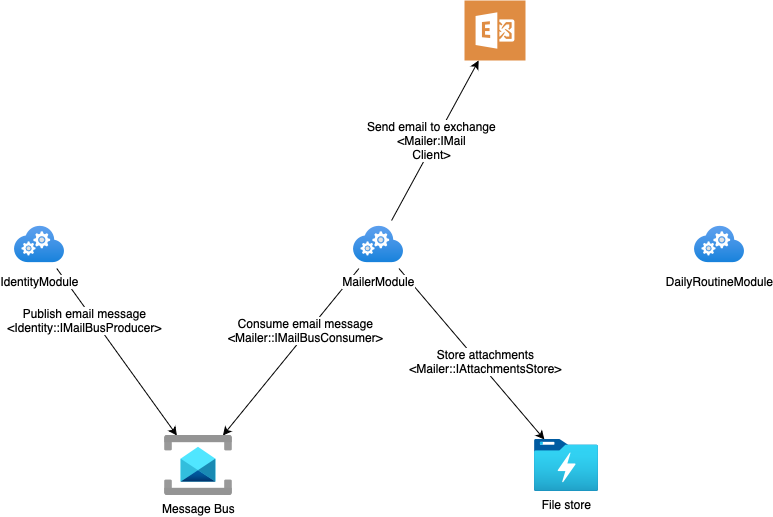
The draw.io diagram doc/InfrastructureLayer.png in pawel-worwag/DailyRoutine, before a commit. Source tidied: cells renumbered, new cells last; positions are measured from the earlier drawing's top-left corner, leaving out a move shared by most shapes.
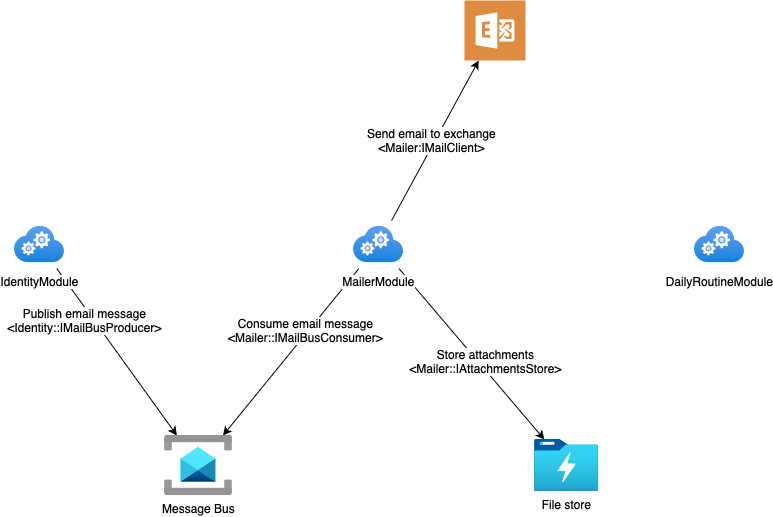
After the commit.

Change to the diagram source:
```diff
@@ -27,7 +27,7 @@
     <mxCell id="8" style="rounded=0;jettySize=auto;html=1;fontFamily=Helvetica;fontSize=12;fontColor=default;" parent="1" edge="1" source="10" target="14">
       <mxGeometry relative="1" as="geometry" />
     </mxCell>
-    <mxCell id="9" value="Send email to exchange&lt;br&gt;&amp;lt;Mailer:IMail&lt;br&gt;Client&amp;gt;" style="edgeLabel;html=1;align=center;verticalAlign=middle;fontSize=12;fontFamily=Helvetica;fontColor=default;" parent="8" vertex="1">
+    <mxCell id="9" value="Send email to exchange&lt;br&gt;&amp;lt;Mailer:IMailClient&amp;gt;" style="edgeLabel;html=1;align=center;verticalAlign=middle;fontSize=12;fontFamily=Helvetica;fontColor=default;" parent="8" vertex="1">
       <mxGeometry x="-0.01" y="4" relative="1" as="geometry" />
     </mxCell>
     <mxCell id="10" value="MailerModule&lt;br&gt;" style="image;html=1;points=[];align=center;fontSize=12;image=img/lib/azure2/compute/Cloud_Services_Classic.svg;fillColor=#2875E2;strokeColor=#ffffff;sketch=0;dashed=0;" parent="1" vertex="1">
```
